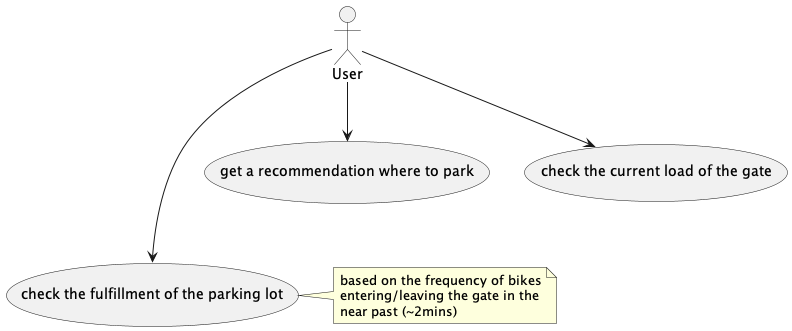
The PlantUML diagram diagrams/use-cases.png in jkruke/parkpal, before a commit.
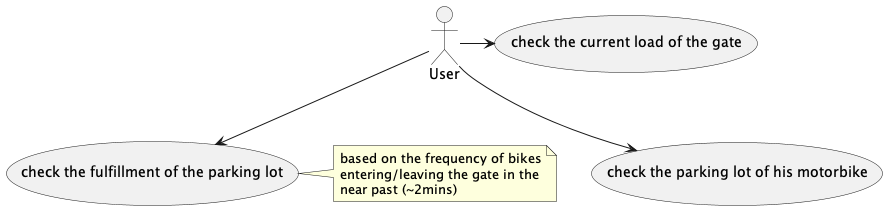
After the commit.

Commit message:
update use cases

What changed in the source:
```diff
@@ -2,9 +2,9 @@
 
 (check the fulfillment of the parking lot) as (fulfillment)
 
-User --> (get a recommendation where to park)
-User ---> (fulfillment)
-User --> (check the current load of the gate)
+User --> (check the parking lot of his motorbike)
+User --> (fulfillment)
+User -> (check the current load of the gate)
 
 note right of (fulfillment)
 based on the frequency of bikes
```
